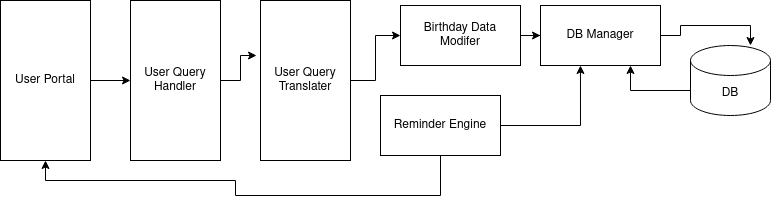
Above: birthdaymanager.png in pogo420/BirthDayManager (draw.io), before the change. Source tidied: cells renumbered, new cells last; positions are measured from the earlier drawing's top-left corner, leaving out a move shared by most shapes. Source of this version:
```xml
<mxGraphModel>
  <root>
    <mxCell id="0" />
    <mxCell id="1" parent="0" />
    <mxCell id="2" style="edgeStyle=orthogonalEdgeStyle;rounded=0;jettySize=auto;html=1;entryX=-0.044;entryY=0.344;entryDx=0;entryDy=0;entryPerimeter=0;" parent="1" edge="1" source="3" target="14">
      <mxGeometry relative="1" as="geometry" />
    </mxCell>
    <mxCell id="3" value="User Query&lt;br&gt;Handler" style="rounded=0;whiteSpace=wrap;html=1;" parent="1" vertex="1">
      <mxGeometry x="130" width="90" height="160" as="geometry" />
    </mxCell>
    <mxCell id="4" style="edgeStyle=orthogonalEdgeStyle;rounded=0;jettySize=auto;html=1;exitX=0;exitY=0;exitDx=0;exitDy=45;exitPerimeter=0;entryX=0.75;entryY=1;entryDx=0;entryDy=0;" parent="1" edge="1" source="5" target="7">
      <mxGeometry relative="1" as="geometry" />
    </mxCell>
    <mxCell id="5" value="DB" style="shape=cylinder3;whiteSpace=wrap;html=1;boundedLbl=1;backgroundOutline=1;size=15;" parent="1" vertex="1">
      <mxGeometry x="690" y="45" width="80" height="70" as="geometry" />
    </mxCell>
    <mxCell id="6" style="edgeStyle=orthogonalEdgeStyle;rounded=0;jettySize=auto;html=1;entryX=0.75;entryY=0;entryDx=0;entryDy=0;entryPerimeter=0;" parent="1" edge="1" source="7" target="5">
      <mxGeometry relative="1" as="geometry" />
    </mxCell>
    <mxCell id="7" value="DB Manager" style="rounded=0;whiteSpace=wrap;html=1;" parent="1" vertex="1">
      <mxGeometry x="540" y="5" width="120" height="60" as="geometry" />
    </mxCell>
    <mxCell id="8" style="edgeStyle=orthogonalEdgeStyle;rounded=0;jettySize=auto;html=1;entryX=0;entryY=0.5;entryDx=0;entryDy=0;" parent="1" edge="1" source="9" target="7">
      <mxGeometry relative="1" as="geometry" />
    </mxCell>
    <mxCell id="9" value="&lt;div&gt;Birthday Data &lt;br&gt;&lt;/div&gt;&lt;div&gt;Modifer&lt;/div&gt;" style="rounded=0;whiteSpace=wrap;html=1;" parent="1" vertex="1">
      <mxGeometry x="400" y="5" width="120" height="60" as="geometry" />
    </mxCell>
    <mxCell id="10" style="edgeStyle=orthogonalEdgeStyle;rounded=0;jettySize=auto;html=1;entryX=0.333;entryY=1;entryDx=0;entryDy=0;entryPerimeter=0;" parent="1" edge="1" source="12" target="7">
      <mxGeometry relative="1" as="geometry" />
    </mxCell>
    <mxCell id="11" style="edgeStyle=orthogonalEdgeStyle;rounded=0;jettySize=auto;html=1;entryX=0.5;entryY=1;entryDx=0;entryDy=0;" parent="1" edge="1" source="12" target="16">
      <mxGeometry relative="1" as="geometry">
        <Array as="points">
          <mxPoint x="440" y="195" />
          <mxPoint x="235" y="195" />
          <mxPoint x="235" y="180" />
          <mxPoint x="45" y="180" />
        </Array>
      </mxGeometry>
    </mxCell>
    <mxCell id="12" value="Reminder Engine" style="rounded=0;whiteSpace=wrap;html=1;" parent="1" vertex="1">
      <mxGeometry x="380" y="95" width="120" height="60" as="geometry" />
    </mxCell>
    <mxCell id="13" style="edgeStyle=orthogonalEdgeStyle;rounded=0;jettySize=auto;html=1;exitX=1;exitY=0.5;exitDx=0;exitDy=0;entryX=0;entryY=0.5;entryDx=0;entryDy=0;" parent="1" edge="1" source="14" target="9">
      <mxGeometry relative="1" as="geometry" />
    </mxCell>
    <mxCell id="14" value="User Query&lt;br&gt;Translater" style="rounded=0;whiteSpace=wrap;html=1;" parent="1" vertex="1">
      <mxGeometry x="260" width="90" height="160" as="geometry" />
    </mxCell>
    <mxCell id="15" style="edgeStyle=orthogonalEdgeStyle;rounded=0;jettySize=auto;html=1;" parent="1" edge="1" source="16" target="3">
      <mxGeometry relative="1" as="geometry" />
    </mxCell>
    <mxCell id="16" value="User Portal" style="rounded=0;whiteSpace=wrap;html=1;" parent="1" vertex="1">
      <mxGeometry width="90" height="160" as="geometry" />
    </mxCell>
  </root>
</mxGraphModel>
```
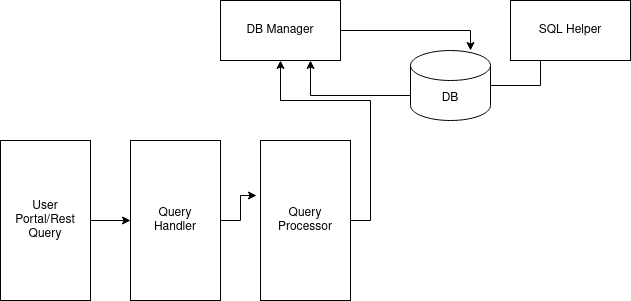
The same file after the commit.

What changed in the source:
```diff
@@ -5,54 +5,38 @@
     <mxCell id="2" style="edgeStyle=orthogonalEdgeStyle;rounded=0;jettySize=auto;html=1;entryX=-0.044;entryY=0.344;entryDx=0;entryDy=0;entryPerimeter=0;" parent="1" edge="1" source="3" target="14">
       <mxGeometry relative="1" as="geometry" />
     </mxCell>
-    <mxCell id="3" value="User Query&lt;br&gt;Handler" style="rounded=0;whiteSpace=wrap;html=1;" parent="1" vertex="1">
+    <mxCell id="3" value="Query&lt;br&gt;Handler" style="rounded=0;whiteSpace=wrap;html=1;" parent="1" vertex="1">
       <mxGeometry x="130" width="90" height="160" as="geometry" />
     </mxCell>
     <mxCell id="4" style="edgeStyle=orthogonalEdgeStyle;rounded=0;jettySize=auto;html=1;exitX=0;exitY=0;exitDx=0;exitDy=45;exitPerimeter=0;entryX=0.75;entryY=1;entryDx=0;entryDy=0;" parent="1" edge="1" source="5" target="7">
       <mxGeometry relative="1" as="geometry" />
     </mxCell>
+    <mxCell id="17" style="rounded=0;jettySize=auto;html=1;entryX=0.25;entryY=1;entryDx=0;entryDy=0;edgeStyle=orthogonalEdgeStyle;endArrow=none;endFill=0;" parent="1" edge="1" source="5" target="18">
+      <mxGeometry relative="1" as="geometry" />
+    </mxCell>
     <mxCell id="5" value="DB" style="shape=cylinder3;whiteSpace=wrap;html=1;boundedLbl=1;backgroundOutline=1;size=15;" parent="1" vertex="1">
-      <mxGeometry x="690" y="45" width="80" height="70" as="geometry" />
+      <mxGeometry x="410" y="-90" width="80" height="70" as="geometry" />
     </mxCell>
     <mxCell id="6" style="edgeStyle=orthogonalEdgeStyle;rounded=0;jettySize=auto;html=1;entryX=0.75;entryY=0;entryDx=0;entryDy=0;entryPerimeter=0;" parent="1" edge="1" source="7" target="5">
       <mxGeometry relative="1" as="geometry" />
     </mxCell>
     <mxCell id="7" value="DB Manager" style="rounded=0;whiteSpace=wrap;html=1;" parent="1" vertex="1">
-      <mxGeometry x="540" y="5" width="120" height="60" as="geometry" />
+      <mxGeometry x="220" y="-140" width="120" height="60" as="geometry" />
     </mxCell>
-    <mxCell id="8" style="edgeStyle=orthogonalEdgeStyle;rounded=0;jettySize=auto;html=1;entryX=0;entryY=0.5;entryDx=0;entryDy=0;" parent="1" edge="1" source="9" target="7">
-      <mxGeometry relative="1" as="geometry" />
-    </mxCell>
-    <mxCell id="9" value="&lt;div&gt;Birthday Data &lt;br&gt;&lt;/div&gt;&lt;div&gt;Modifer&lt;/div&gt;" style="rounded=0;whiteSpace=wrap;html=1;" parent="1" vertex="1">
-      <mxGeometry x="400" y="5" width="120" height="60" as="geometry" />
-    </mxCell>
-    <mxCell id="10" style="edgeStyle=orthogonalEdgeStyle;rounded=0;jettySize=auto;html=1;entryX=0.333;entryY=1;entryDx=0;entryDy=0;entryPerimeter=0;" parent="1" edge="1" source="12" target="7">
-      <mxGeometry relative="1" as="geometry" />
-    </mxCell>
-    <mxCell id="11" style="edgeStyle=orthogonalEdgeStyle;rounded=0;jettySize=auto;html=1;entryX=0.5;entryY=1;entryDx=0;entryDy=0;" parent="1" edge="1" source="12" target="16">
-      <mxGeometry relative="1" as="geometry">
-        <Array as="points">
-          <mxPoint x="440" y="195" />
-          <mxPoint x="235" y="195" />
-          <mxPoint x="235" y="180" />
-          <mxPoint x="45" y="180" />
-        </Array>
-      </mxGeometry>
-    </mxCell>
-    <mxCell id="12" value="Reminder Engine" style="rounded=0;whiteSpace=wrap;html=1;" parent="1" vertex="1">
-      <mxGeometry x="380" y="95" width="120" height="60" as="geometry" />
-    </mxCell>
-    <mxCell id="13" style="edgeStyle=orthogonalEdgeStyle;rounded=0;jettySize=auto;html=1;exitX=1;exitY=0.5;exitDx=0;exitDy=0;entryX=0;entryY=0.5;entryDx=0;entryDy=0;" parent="1" edge="1" source="14" target="9">
+    <mxCell id="13" style="edgeStyle=orthogonalEdgeStyle;rounded=0;jettySize=auto;html=1;exitX=1;exitY=0.5;exitDx=0;exitDy=0;" parent="1" edge="1" source="14" target="7">
       <mxGeometry relative="1" as="geometry" />
     </mxCell>
-    <mxCell id="14" value="User Query&lt;br&gt;Translater" style="rounded=0;whiteSpace=wrap;html=1;" parent="1" vertex="1">
+    <mxCell id="14" value="&lt;div&gt;Query&lt;/div&gt;&lt;div&gt;Processor&lt;/div&gt;" style="rounded=0;whiteSpace=wrap;html=1;" parent="1" vertex="1">
       <mxGeometry x="260" width="90" height="160" as="geometry" />
     </mxCell>
     <mxCell id="15" style="edgeStyle=orthogonalEdgeStyle;rounded=0;jettySize=auto;html=1;" parent="1" edge="1" source="16" target="3">
       <mxGeometry relative="1" as="geometry" />
     </mxCell>
-    <mxCell id="16" value="User Portal" style="rounded=0;whiteSpace=wrap;html=1;" parent="1" vertex="1">
+    <mxCell id="16" value="User Portal/Rest Query" style="rounded=0;whiteSpace=wrap;html=1;" parent="1" vertex="1">
       <mxGeometry width="90" height="160" as="geometry" />
     </mxCell>
+    <mxCell id="18" value="SQL Helper" style="rounded=0;whiteSpace=wrap;html=1;" parent="1" vertex="1">
+      <mxGeometry x="510" y="-140" width="120" height="60" as="geometry" />
+    </mxCell>
   </root>
 </mxGraphModel>
```
